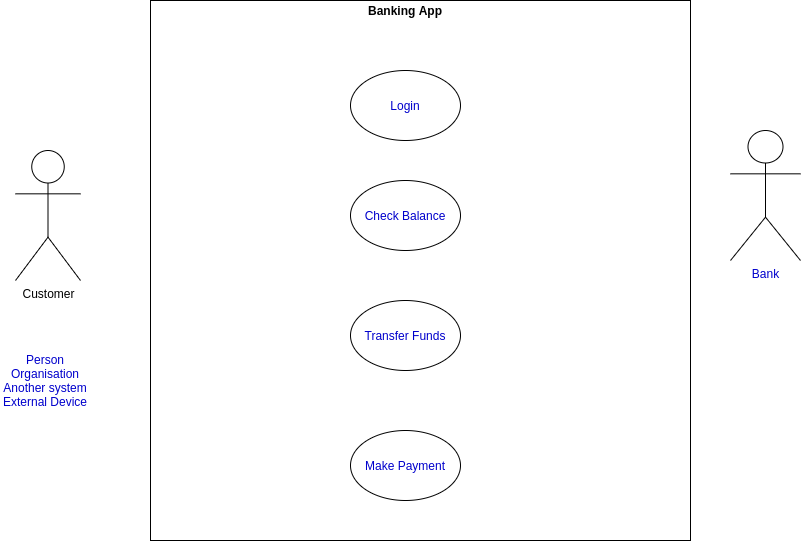
Before: use_case_diagram.png, a diagram exported from draw.io (ERUSDHARMENDRA/diagrams). Source tidied: cells renumbered, new cells last; positions are measured from the earlier drawing's top-left corner, leaving out a move shared by most shapes. The source it was exported from:
```xml
<mxGraphModel>
  <root>
    <mxCell id="0" />
    <mxCell id="1" parent="0" />
    <mxCell id="2" style="whiteSpace=wrap;html=1;" parent="1" vertex="1">
      <mxGeometry x="150" width="540" height="540" as="geometry" />
    </mxCell>
    <mxCell id="3" value="Banking App" style="text;html=1;strokeColor=none;align=center;verticalAlign=middle;whiteSpace=wrap;rounded=0;fontStyle=1;" parent="1" vertex="1">
      <mxGeometry x="360" width="90" height="20" as="geometry" />
    </mxCell>
    <mxCell id="4" value="Customer" style="shape=umlActor;verticalLabelPosition=bottom;verticalAlign=top;html=1;outlineConnect=0;" parent="1" vertex="1">
      <mxGeometry x="15" y="150" width="65" height="130" as="geometry" />
    </mxCell>
    <mxCell id="5" value="Person&lt;br&gt;Organisation&lt;br&gt;Another system&lt;br&gt;External Device" style="text;html=1;strokeColor=none;fillColor=none;align=center;verticalAlign=middle;whiteSpace=wrap;rounded=0;fontColor=#0000CC;" parent="1" vertex="1">
      <mxGeometry y="350" width="90" height="60" as="geometry" />
    </mxCell>
    <mxCell id="6" value="Bank" style="shape=umlActor;verticalLabelPosition=bottom;verticalAlign=top;html=1;outlineConnect=0;fontColor=#0000CC;" parent="1" vertex="1">
      <mxGeometry x="730" y="130" width="70" height="130" as="geometry" />
    </mxCell>
    <mxCell id="7" style="ellipse;whiteSpace=wrap;html=1;fontColor=#0000CC;" parent="1" vertex="1">
      <mxGeometry x="350" y="70" width="110" height="70" as="geometry" />
    </mxCell>
    <mxCell id="8" value="Login" style="text;html=1;strokeColor=none;fillColor=none;align=center;verticalAlign=middle;whiteSpace=wrap;rounded=0;fontColor=#0000CC;" parent="1" vertex="1">
      <mxGeometry x="360" y="90" width="90" height="30" as="geometry" />
    </mxCell>
    <mxCell id="9" style="ellipse;whiteSpace=wrap;html=1;fontColor=#0000CC;" parent="1" vertex="1">
      <mxGeometry x="350" y="180" width="110" height="70" as="geometry" />
    </mxCell>
    <mxCell id="10" value="Check Balance" style="text;html=1;strokeColor=none;fillColor=none;align=center;verticalAlign=middle;whiteSpace=wrap;rounded=0;fontColor=#0000CC;" parent="1" vertex="1">
      <mxGeometry x="360" y="200" width="90" height="30" as="geometry" />
    </mxCell>
    <mxCell id="11" style="ellipse;whiteSpace=wrap;html=1;fontColor=#0000CC;" parent="1" vertex="1">
      <mxGeometry x="350" y="300" width="110" height="70" as="geometry" />
    </mxCell>
    <mxCell id="12" value="Transfer Funds" style="text;html=1;strokeColor=none;fillColor=none;align=center;verticalAlign=middle;whiteSpace=wrap;rounded=0;fontColor=#0000CC;" parent="1" vertex="1">
      <mxGeometry x="360" y="320" width="90" height="30" as="geometry" />
    </mxCell>
    <mxCell id="13" style="ellipse;whiteSpace=wrap;html=1;fontColor=#0000CC;" parent="1" vertex="1">
      <mxGeometry x="350" y="430" width="110" height="70" as="geometry" />
    </mxCell>
    <mxCell id="14" value="Make Payment" style="text;html=1;strokeColor=none;fillColor=none;align=center;verticalAlign=middle;whiteSpace=wrap;rounded=0;fontColor=#0000CC;" parent="1" vertex="1">
      <mxGeometry x="360" y="450" width="90" height="30" as="geometry" />
    </mxCell>
  </root>
</mxGraphModel>
```
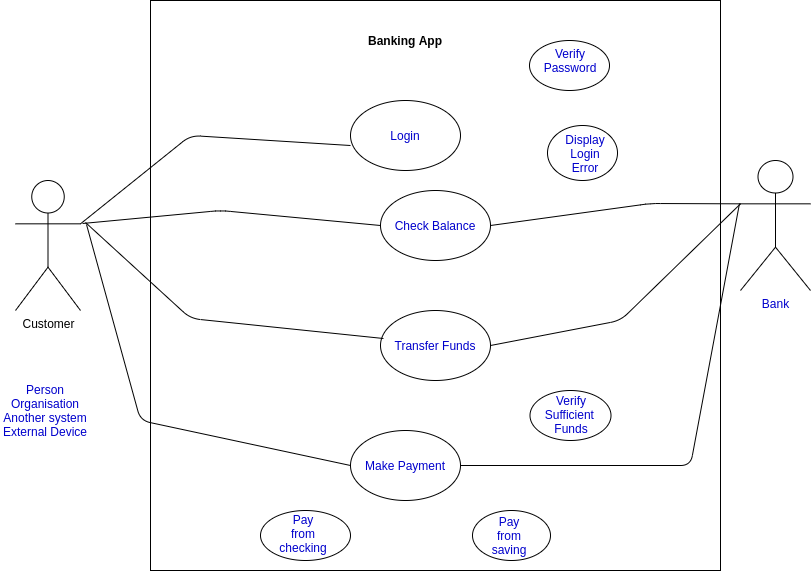
Above is the later version.

The edit, as a diff of the source:
```diff
@@ -3,7 +3,7 @@
     <mxCell id="0" />
     <mxCell id="1" parent="0" />
     <mxCell id="2" style="whiteSpace=wrap;html=1;" parent="1" vertex="1">
-      <mxGeometry x="150" width="540" height="540" as="geometry" />
+      <mxGeometry x="150" y="-30" width="570" height="570" as="geometry" />
     </mxCell>
     <mxCell id="3" value="Banking App" style="text;html=1;strokeColor=none;align=center;verticalAlign=middle;whiteSpace=wrap;rounded=0;fontStyle=1;" parent="1" vertex="1">
       <mxGeometry x="360" width="90" height="20" as="geometry" />
@@ -15,7 +15,7 @@
       <mxGeometry y="350" width="90" height="60" as="geometry" />
     </mxCell>
     <mxCell id="6" value="Bank" style="shape=umlActor;verticalLabelPosition=bottom;verticalAlign=top;html=1;outlineConnect=0;fontColor=#0000CC;" parent="1" vertex="1">
-      <mxGeometry x="730" y="130" width="70" height="130" as="geometry" />
+      <mxGeometry x="740" y="130" width="70" height="130" as="geometry" />
     </mxCell>
     <mxCell id="7" style="ellipse;whiteSpace=wrap;html=1;fontColor=#0000CC;" parent="1" vertex="1">
       <mxGeometry x="350" y="70" width="110" height="70" as="geometry" />
@@ -24,22 +24,106 @@
       <mxGeometry x="360" y="90" width="90" height="30" as="geometry" />
     </mxCell>
     <mxCell id="9" style="ellipse;whiteSpace=wrap;html=1;fontColor=#0000CC;" parent="1" vertex="1">
-      <mxGeometry x="350" y="180" width="110" height="70" as="geometry" />
+      <mxGeometry x="380" y="160" width="110" height="70" as="geometry" />
     </mxCell>
     <mxCell id="10" value="Check Balance" style="text;html=1;strokeColor=none;fillColor=none;align=center;verticalAlign=middle;whiteSpace=wrap;rounded=0;fontColor=#0000CC;" parent="1" vertex="1">
-      <mxGeometry x="360" y="200" width="90" height="30" as="geometry" />
+      <mxGeometry x="390" y="180" width="90" height="30" as="geometry" />
     </mxCell>
     <mxCell id="11" style="ellipse;whiteSpace=wrap;html=1;fontColor=#0000CC;" parent="1" vertex="1">
-      <mxGeometry x="350" y="300" width="110" height="70" as="geometry" />
+      <mxGeometry x="380" y="280" width="110" height="70" as="geometry" />
     </mxCell>
     <mxCell id="12" value="Transfer Funds" style="text;html=1;strokeColor=none;fillColor=none;align=center;verticalAlign=middle;whiteSpace=wrap;rounded=0;fontColor=#0000CC;" parent="1" vertex="1">
-      <mxGeometry x="360" y="320" width="90" height="30" as="geometry" />
+      <mxGeometry x="390" y="300" width="90" height="30" as="geometry" />
     </mxCell>
     <mxCell id="13" style="ellipse;whiteSpace=wrap;html=1;fontColor=#0000CC;" parent="1" vertex="1">
-      <mxGeometry x="350" y="430" width="110" height="70" as="geometry" />
+      <mxGeometry x="350" y="400" width="110" height="70" as="geometry" />
     </mxCell>
     <mxCell id="14" value="Make Payment" style="text;html=1;strokeColor=none;fillColor=none;align=center;verticalAlign=middle;whiteSpace=wrap;rounded=0;fontColor=#0000CC;" parent="1" vertex="1">
-      <mxGeometry x="360" y="450" width="90" height="30" as="geometry" />
+      <mxGeometry x="360" y="420" width="90" height="30" as="geometry" />
     </mxCell>
+    <mxCell id="15" style="endArrow=none;html=1;fontColor=#0000CC;exitX=1;exitY=0.3333333333333333;exitDx=0;exitDy=0;exitPerimeter=0;entryX=0;entryY=0.643;entryDx=0;entryDy=0;entryPerimeter=0;" parent="1" edge="1" source="4" target="7">
+      <mxGeometry relative="1" as="geometry">
+        <Array as="points">
+          <mxPoint x="190" y="105" />
+        </Array>
+      </mxGeometry>
+    </mxCell>
+    <mxCell id="16" style="endArrow=none;html=1;fontColor=#0000CC;entryX=0;entryY=0.5;entryDx=0;entryDy=0;" parent="1" edge="1" target="9">
+      <mxGeometry relative="1" as="geometry">
+        <mxPoint x="82" y="193" as="sourcePoint" />
+        <Array as="points">
+          <mxPoint x="220" y="180" />
+        </Array>
+      </mxGeometry>
+    </mxCell>
+    <mxCell id="17" style="endArrow=none;html=1;fontColor=#0000CC;entryX=0.027;entryY=0.4;entryDx=0;entryDy=0;entryPerimeter=0;" parent="1" edge="1" target="11">
+      <mxGeometry relative="1" as="geometry">
+        <mxPoint x="85" y="192" as="sourcePoint" />
+        <Array as="points">
+          <mxPoint x="190" y="288" />
+        </Array>
+      </mxGeometry>
+    </mxCell>
+    <mxCell id="18" style="endArrow=none;html=1;fontColor=#0000CC;entryX=0;entryY=0.5;entryDx=0;entryDy=0;" parent="1" edge="1" target="13">
+      <mxGeometry relative="1" as="geometry">
+        <mxPoint x="86" y="194" as="sourcePoint" />
+        <Array as="points">
+          <mxPoint x="140" y="390" />
+        </Array>
+      </mxGeometry>
+    </mxCell>
+    <mxCell id="19" style="endArrow=none;html=1;fontColor=#0000CC;entryX=0;entryY=0.3333333333333333;entryDx=0;entryDy=0;entryPerimeter=0;" parent="1" edge="1" target="6">
+      <mxGeometry relative="1" as="geometry">
+        <mxPoint x="490" y="195" as="sourcePoint" />
+        <Array as="points">
+          <mxPoint x="650" y="173" />
+        </Array>
+      </mxGeometry>
+    </mxCell>
+    <mxCell id="20" style="endArrow=none;html=1;fontColor=#0000CC;exitX=1;exitY=0.5;exitDx=0;exitDy=0;entryX=0;entryY=0.3333333333333333;entryDx=0;entryDy=0;entryPerimeter=0;" parent="1" edge="1" source="11" target="6">
+      <mxGeometry relative="1" as="geometry">
+        <Array as="points">
+          <mxPoint x="620" y="290" />
+        </Array>
+      </mxGeometry>
+    </mxCell>
+    <mxCell id="21" style="endArrow=none;html=1;fontColor=#0000CC;exitX=1;exitY=0.5;exitDx=0;exitDy=0;" parent="1" edge="1" source="13">
+      <mxGeometry relative="1" as="geometry">
+        <mxPoint x="739" y="173" as="targetPoint" />
+        <Array as="points">
+          <mxPoint x="690" y="435" />
+        </Array>
+      </mxGeometry>
+    </mxCell>
+    <mxCell id="22" style="ellipse;whiteSpace=wrap;html=1;fontColor=#0000CC;fillColor=none;" parent="1" vertex="1">
+      <mxGeometry x="529" y="10" width="80" height="50" as="geometry" />
+    </mxCell>
+    <mxCell id="23" style="ellipse;whiteSpace=wrap;html=1;fontColor=#0000CC;fillColor=none;" parent="1" vertex="1">
+      <mxGeometry x="547" y="95" width="70" height="55" as="geometry" />
+    </mxCell>
+    <mxCell id="24" value="Verify Password" style="text;html=1;strokeColor=none;fillColor=none;align=center;verticalAlign=middle;whiteSpace=wrap;rounded=0;fontColor=#0000CC;" parent="1" vertex="1">
+      <mxGeometry x="550" y="20" width="40" height="20" as="geometry" />
+    </mxCell>
+    <mxCell id="25" value="Display Login Error" style="text;html=1;strokeColor=none;fillColor=none;align=center;verticalAlign=middle;whiteSpace=wrap;rounded=0;fontColor=#0000CC;" parent="1" vertex="1">
+      <mxGeometry x="565" y="113" width="40" height="20" as="geometry" />
+    </mxCell>
+    <mxCell id="26" style="ellipse;whiteSpace=wrap;html=1;fontColor=#0000CC;fillColor=none;" parent="1" vertex="1">
+      <mxGeometry x="529.5" y="360" width="81" height="50" as="geometry" />
+    </mxCell>
+    <mxCell id="27" value="Verify Sufficient&amp;nbsp;&lt;br&gt;Funds" style="text;html=1;strokeColor=none;fillColor=none;align=center;verticalAlign=middle;whiteSpace=wrap;rounded=0;fontColor=#0000CC;" parent="1" vertex="1">
+      <mxGeometry x="550.5" y="374" width="40" height="20" as="geometry" />
+    </mxCell>
+    <mxCell id="28" style="ellipse;whiteSpace=wrap;html=1;fontColor=#0000CC;fillColor=none;" parent="1" vertex="1">
+      <mxGeometry x="260" y="480" width="90" height="50" as="geometry" />
+    </mxCell>
+    <mxCell id="29" value="Pay from checking" style="text;html=1;strokeColor=none;fillColor=none;align=center;verticalAlign=middle;whiteSpace=wrap;rounded=0;fontColor=#0000CC;" parent="1" vertex="1">
+      <mxGeometry x="283" y="493" width="40" height="20" as="geometry" />
+    </mxCell>
+    <mxCell id="30" style="ellipse;whiteSpace=wrap;html=1;fontColor=#0000CC;fillColor=none;" parent="1" vertex="1">
+      <mxGeometry x="472" y="480" width="78" height="50" as="geometry" />
+    </mxCell>
+    <mxCell id="31" value="Pay from saving" style="text;html=1;strokeColor=none;fillColor=none;align=center;verticalAlign=middle;whiteSpace=wrap;rounded=0;fontColor=#0000CC;" parent="1" vertex="1">
+      <mxGeometry x="489" y="495" width="40" height="20" as="geometry" />
+    </mxCell>
   </root>
 </mxGraphModel>
```
